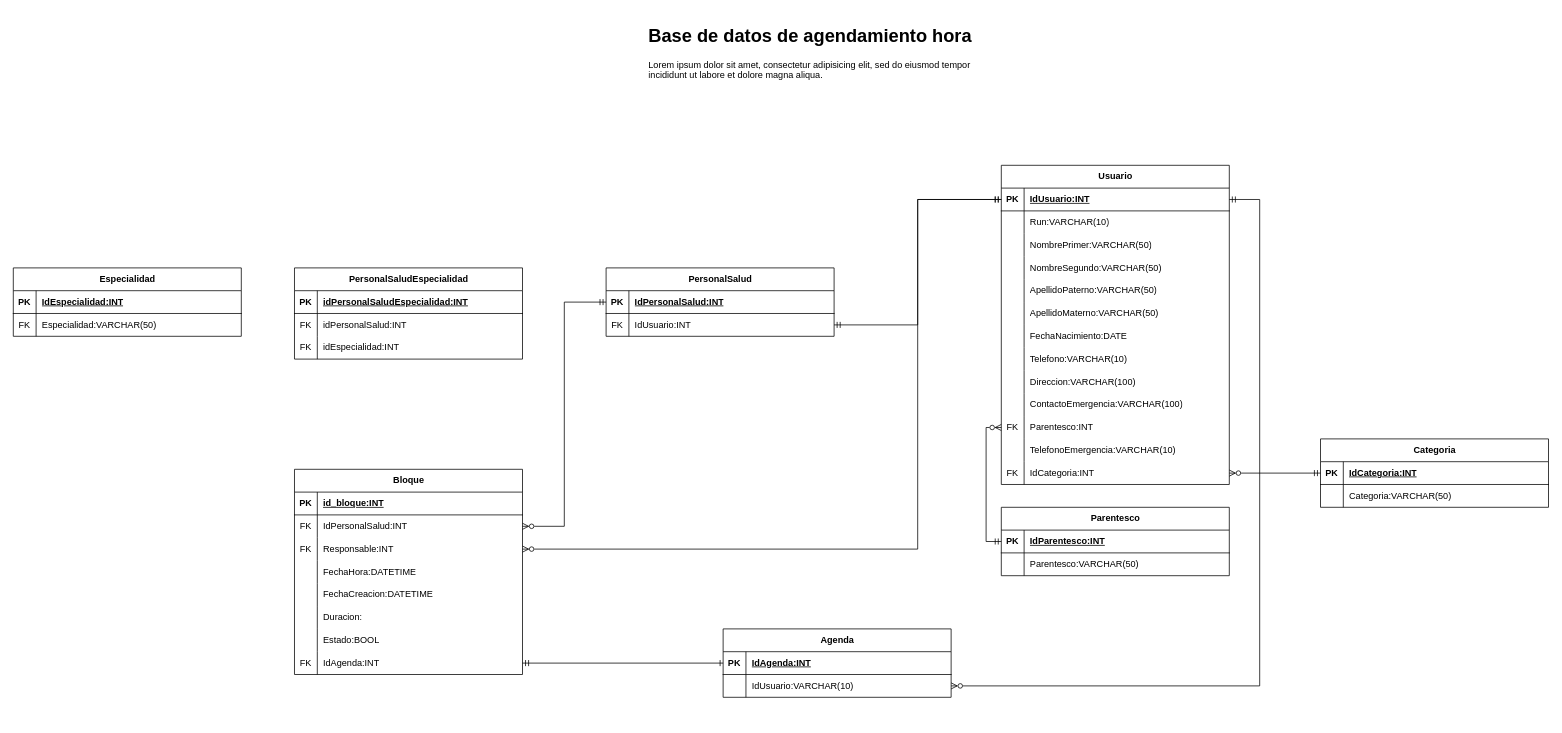
Above: DiagramaDB.drawio in JonaNomas/his-diagram (draw.io), before the change. Source tidied: cells renumbered, new cells numbered last; positions are measured from the earlier drawing's top-left corner, leaving out a move shared by most shapes. Both pictures are drawn from the tidied source at 76%, with x=0, y=0 at pixel (13, 21).
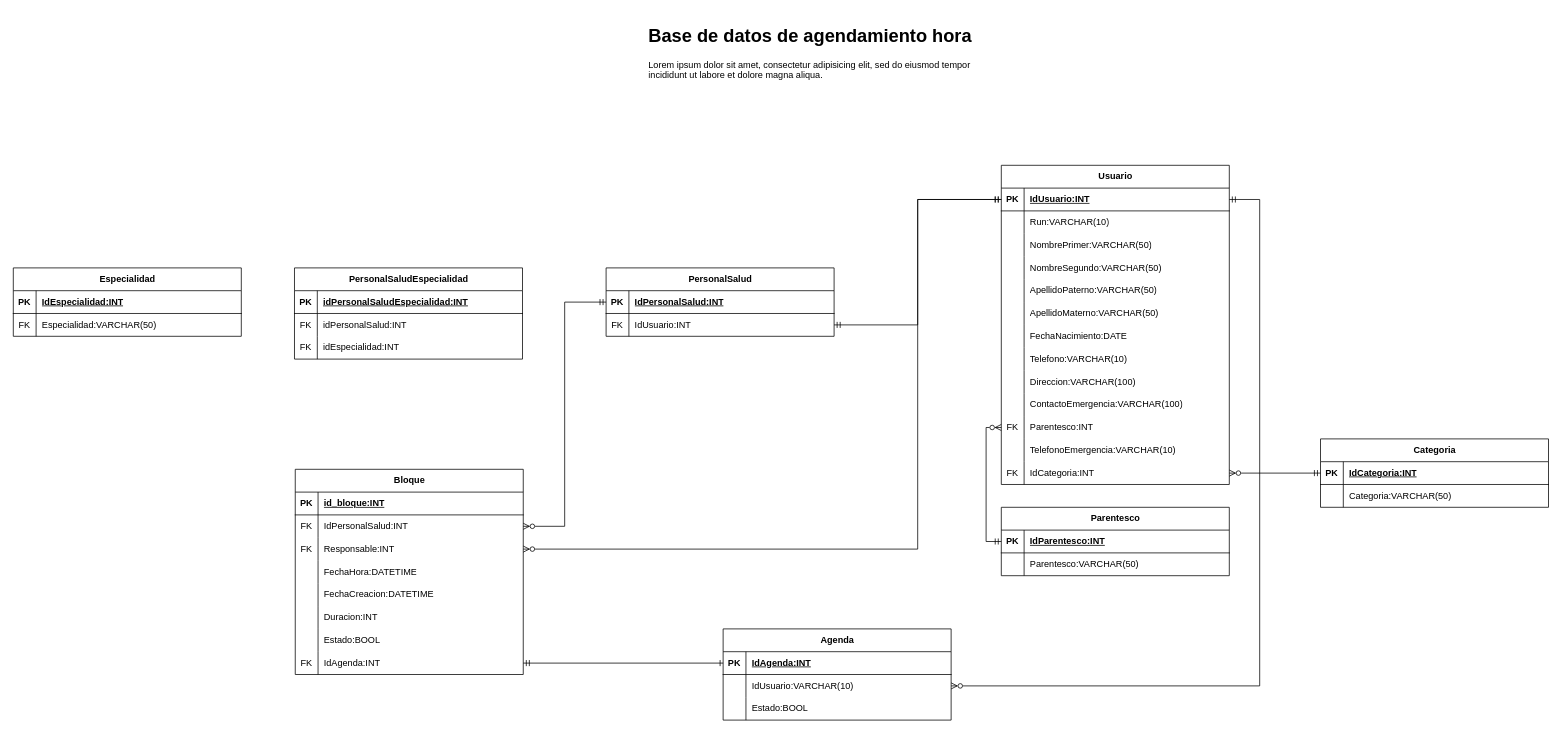
The same diagram, later.

Commit message:
Modificacion Agenda

The change refers to these unchanged cells:
```xml
<mxCell id="59" style="shape=tableRow;horizontal=0;startSize=0;swimlaneHead=0;swimlaneBody=0;fillColor=none;top=0;left=0;right=0;bottom=0;" parent="43" vertex="1">
  <mxGeometry y="180" width="300" height="30" as="geometry" />
</mxCell>
```

The edit, as a diff of the source:
```diff
@@
     <mxCell id="43" value="Bloque" style="shape=table;startSize=30;childLayout=tableLayout;rowLines=0;fontStyle=1;align=center;html=1;" parent="1" vertex="1">
-      <mxGeometry x="370" y="590" width="300" height="270" as="geometry" />
+      <mxGeometry x="371" y="590" width="300" height="270" as="geometry" />
     </mxCell>
@@
-    <mxCell id="61" value="Duracion:" style="shape=partialRectangle;fillColor=none;top=0;left=0;bottom=0;right=0;align=left;spacingLeft=6;overflow=hidden;whiteSpace=wrap;html=1;" parent="59" vertex="1">
+    <mxCell id="61" value="Duracion:INT" style="shape=partialRectangle;fillColor=none;top=0;left=0;bottom=0;right=0;align=left;spacingLeft=6;overflow=hidden;whiteSpace=wrap;html=1;" parent="59" vertex="1">
       <mxGeometry x="30" width="270" height="30" as="geometry" />
     </mxCell>
@@
     <mxCell id="68" value="Agenda" style="shape=table;startSize=30;childLayout=tableLayout;rowLines=0;fontStyle=1;align=center;html=1;" parent="1" vertex="1">
-      <mxGeometry x="934" y="800" width="300" height="90" as="geometry" />
+      <mxGeometry x="934" y="800" width="300" height="120" as="geometry" />
     </mxCell>
@@
+    <mxCell id="120" style="shape=tableRow;horizontal=0;startSize=0;swimlaneHead=0;swimlaneBody=0;fillColor=none;top=0;left=0;right=0;bottom=0;" parent="68" vertex="1">
+      <mxGeometry y="90" width="300" height="30" as="geometry" />
+    </mxCell>
+    <mxCell id="121" style="shape=partialRectangle;fillColor=none;top=0;left=0;bottom=0;right=0;overflow=hidden;whiteSpace=wrap;html=1;" parent="120" vertex="1">
+      <mxGeometry width="30" height="30" as="geometry" />
+    </mxCell>
+    <mxCell id="122" value="Estado:BOOL" style="shape=partialRectangle;fillColor=none;top=0;left=0;bottom=0;right=0;align=left;spacingLeft=6;overflow=hidden;whiteSpace=wrap;html=1;" parent="120" vertex="1">
+      <mxGeometry x="30" width="270" height="30" as="geometry" />
+    </mxCell>
```
